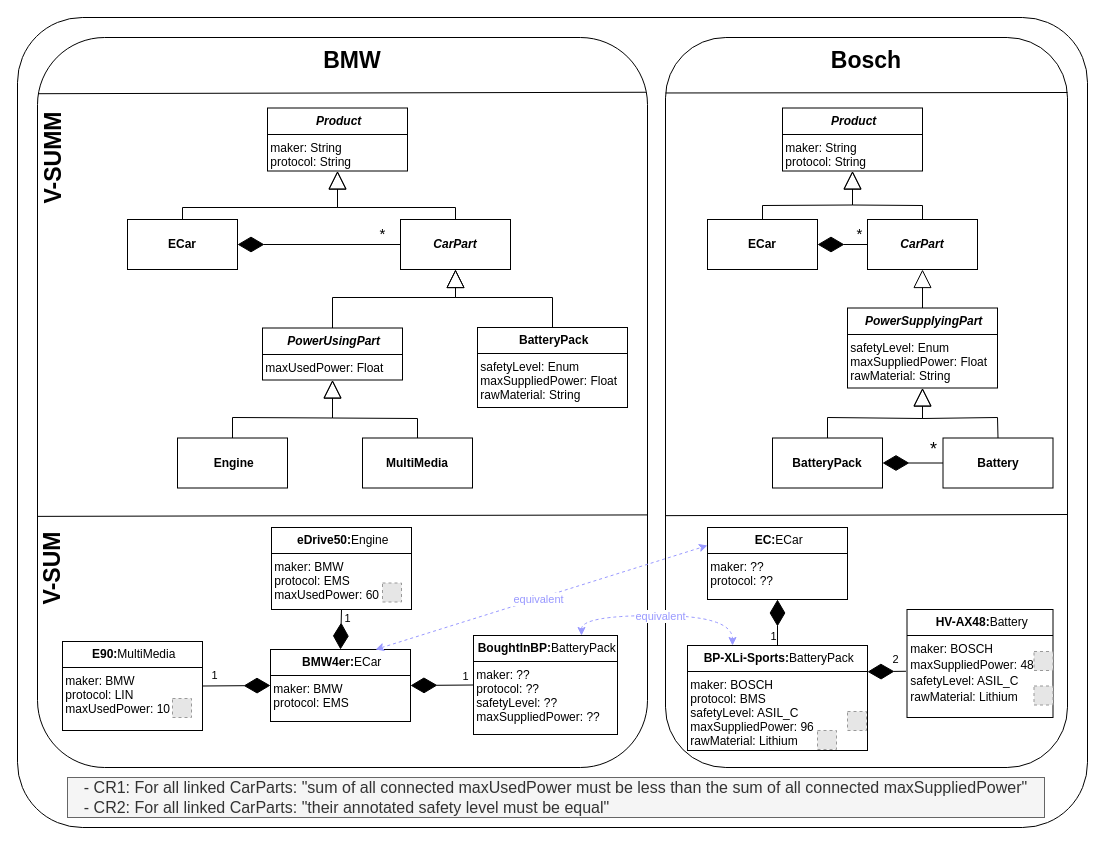
The draw.io diagram B01-MVE-Poster.drawio in Mohammad-Si/convide-B01-MVE, before the edit. Source tidied: cells renumbered, new cells numbered last; positions are measured from the earlier drawing's top-left corner, leaving out a move shared by most shapes. Both pictures are drawn from the tidied source at 100%, with x=0, y=0 at pixel (17, 17). Pictures stored in the file or linked from it are replaced by grey dashed boxes.
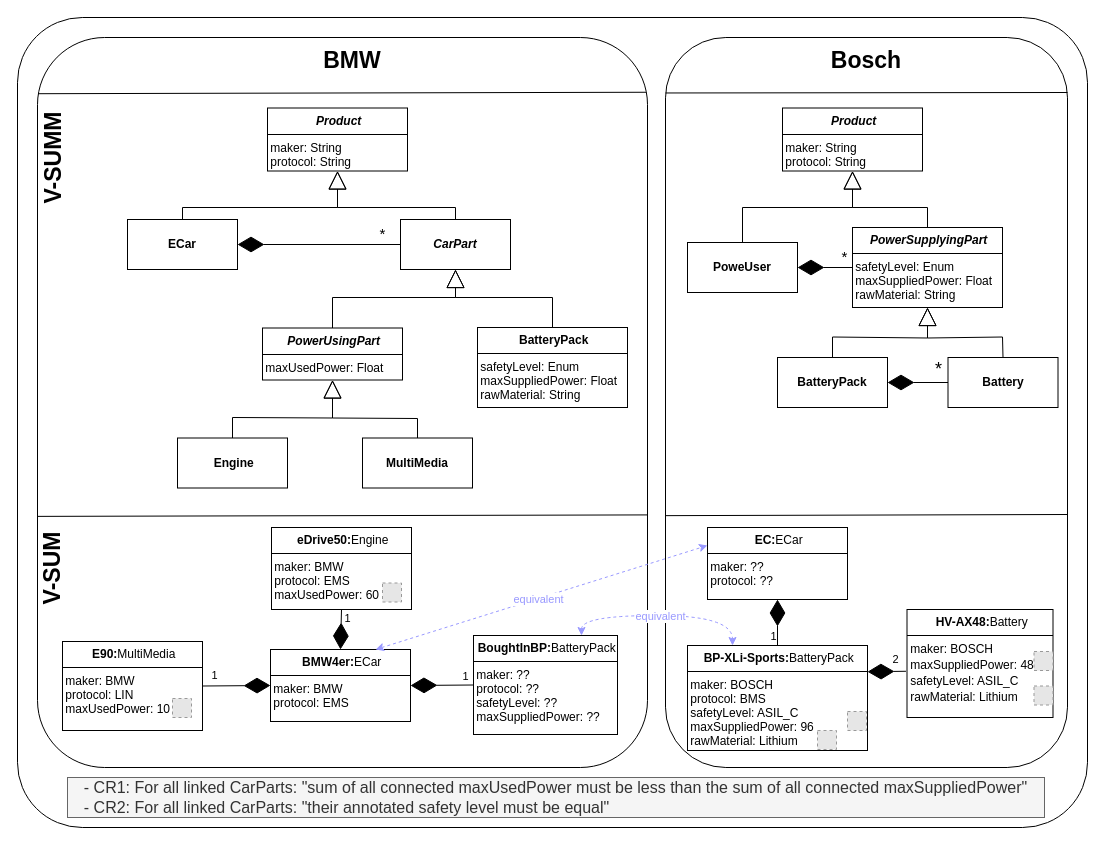
After the change.

Unchanged cells that the change refers to:
```xml
<mxCell id="37" value="&lt;p style=&quot;margin:0px;margin-top:4px;text-align:center;&quot;&gt;&lt;/p&gt;&lt;div style=&quot;height:2px;&quot;&gt;&lt;/div&gt;&lt;span style=&quot;font-weight: 700;&quot;&gt;&lt;div style=&quot;text-align: center;&quot;&gt;&lt;span style=&quot;background-color: initial;&quot;&gt;&amp;nbsp;&lt;i&gt;Product&lt;/i&gt;&lt;/span&gt;&lt;/div&gt;&lt;/span&gt;&lt;hr size=&quot;1&quot; style=&quot;border-style:solid;&quot;&gt;&lt;div style=&quot;height:2px;&quot;&gt;&lt;div style=&quot;height: 2px;&quot;&gt;&amp;nbsp;&lt;span style=&quot;background-color: initial;&quot;&gt;maker: String&lt;/span&gt;&lt;/div&gt;&lt;div style=&quot;height: 2px;&quot;&gt;&lt;div style=&quot;height: 2px;&quot;&gt;&lt;br&gt;&lt;/div&gt;&lt;div style=&quot;height: 2px;&quot;&gt;&lt;br&gt;&lt;/div&gt;&lt;div style=&quot;height: 2px;&quot;&gt;&lt;br&gt;&lt;/div&gt;&lt;div style=&quot;height: 2px;&quot;&gt;&lt;br&gt;&lt;/div&gt;&lt;div style=&quot;height: 2px;&quot;&gt;&lt;br&gt;&lt;/div&gt;&lt;div style=&quot;height: 2px;&quot;&gt;&lt;br&gt;&lt;/div&gt;&lt;div style=&quot;height: 2px;&quot;&gt;&amp;nbsp;protocol: String&lt;/div&gt;&lt;/div&gt;&lt;div style=&quot;height: 2px;&quot;&gt;&lt;br&gt;&lt;/div&gt;&lt;div style=&quot;height: 2px;&quot;&gt;&lt;br&gt;&lt;/div&gt;&lt;div style=&quot;height: 2px;&quot;&gt;&lt;br&gt;&lt;/div&gt;&lt;div style=&quot;height: 2px;&quot;&gt;&lt;br&gt;&lt;/div&gt;&lt;div style=&quot;height: 2px;&quot;&gt;&lt;br&gt;&lt;/div&gt;&lt;div style=&quot;height: 2px;&quot;&gt;&lt;br&gt;&lt;/div&gt;&lt;div style=&quot;height: 2px;&quot;&gt;&lt;br&gt;&lt;/div&gt;&lt;div style=&quot;height: 2px;&quot;&gt;&lt;br&gt;&lt;/div&gt;&lt;div style=&quot;height: 2px;&quot;&gt;&lt;br&gt;&lt;/div&gt;&lt;div style=&quot;height: 2px;&quot;&gt;&lt;br&gt;&lt;/div&gt;&lt;div style=&quot;height: 2px;&quot;&gt;&lt;br&gt;&lt;/div&gt;&lt;/div&gt;" style="verticalAlign=top;align=left;overflow=fill;html=1;whiteSpace=wrap;" parent="1" vertex="1">
  <mxGeometry x="765" y="90.5" width="140" height="63" as="geometry" />
</mxCell>
```

Diff of the diagram source:
```diff
@@
     <mxCell id="19" value="&lt;p style=&quot;margin:0px;margin-top:4px;text-align:center;&quot;&gt;&lt;/p&gt;&lt;div style=&quot;height:2px;&quot;&gt;&lt;/div&gt;&lt;span style=&quot;font-weight: 700;&quot;&gt;&lt;div style=&quot;text-align: center;&quot;&gt;&lt;span style=&quot;background-color: initial;&quot;&gt;&amp;nbsp;&lt;i&gt;PowerSupplyingPart&lt;/i&gt;&lt;/span&gt;&lt;/div&gt;&lt;/span&gt;&lt;hr size=&quot;1&quot; style=&quot;border-style:solid;&quot;&gt;&lt;div style=&quot;height:2px;&quot;&gt;&lt;div style=&quot;height: 2px;&quot;&gt;&lt;div style=&quot;height: 2px;&quot;&gt;&amp;nbsp;safetyLevel: Enum&lt;/div&gt;&lt;div style=&quot;height: 2px;&quot;&gt;&lt;br&gt;&lt;/div&gt;&lt;div style=&quot;height: 2px;&quot;&gt;&lt;br&gt;&lt;/div&gt;&lt;div style=&quot;height: 2px;&quot;&gt;&lt;br&gt;&lt;/div&gt;&lt;div style=&quot;height: 2px;&quot;&gt;&lt;br&gt;&lt;/div&gt;&lt;div style=&quot;height: 2px;&quot;&gt;&lt;br&gt;&lt;/div&gt;&lt;div style=&quot;height: 2px;&quot;&gt;&lt;br&gt;&lt;/div&gt;&lt;div style=&quot;height: 2px;&quot;&gt;&amp;nbsp;maxSuppliedPower: Float&lt;/div&gt;&lt;div style=&quot;height: 2px;&quot;&gt;&lt;br&gt;&lt;/div&gt;&lt;div style=&quot;height: 2px;&quot;&gt;&lt;br&gt;&lt;/div&gt;&lt;div style=&quot;height: 2px;&quot;&gt;&lt;br&gt;&lt;/div&gt;&lt;div style=&quot;height: 2px;&quot;&gt;&lt;br&gt;&lt;/div&gt;&lt;div style=&quot;height: 2px;&quot;&gt;&lt;br&gt;&lt;/div&gt;&lt;div style=&quot;height: 2px;&quot;&gt;&lt;br&gt;&lt;/div&gt;&lt;div style=&quot;height: 2px;&quot;&gt;&amp;nbsp;rawMaterial: String&lt;/div&gt;&lt;/div&gt;&lt;/div&gt;" style="verticalAlign=top;align=left;overflow=fill;html=1;whiteSpace=wrap;" parent="1" vertex="1">
-      <mxGeometry x="830" y="290.5" width="150" height="80" as="geometry" />
+      <mxGeometry x="835" y="210" width="150" height="80" as="geometry" />
     </mxCell>
@@
     <mxCell id="22" style="endArrow=block;endSize=16;endFill=0;html=1;rounded=0;entryX=0.5;entryY=1;entryDx=0;entryDy=0;exitX=0.5;exitY=0;exitDx=0;exitDy=0;" parent="1" edge="1" source="31" target="19">
       <mxGeometry relative="1" as="geometry">
         <Array as="points">
-          <mxPoint x="810" y="400" />
-          <mxPoint x="905" y="401" />
+          <mxPoint x="815" y="319.5" />
+          <mxPoint x="910" y="320.5" />
         </Array>
       </mxGeometry>
     </mxCell>
     <mxCell id="23" style="endArrow=block;endSize=16;endFill=0;html=1;rounded=0;entryX=0.5;entryY=1;entryDx=0;entryDy=0;exitX=0.5;exitY=0;exitDx=0;exitDy=0;" parent="1" edge="1" source="30" target="19">
       <mxGeometry relative="1" as="geometry">
         <Array as="points">
-          <mxPoint x="980" y="400" />
-          <mxPoint x="905" y="401" />
+          <mxPoint x="985" y="319.5" />
+          <mxPoint x="910" y="320.5" />
         </Array>
       </mxGeometry>
     </mxCell>
@@
     <mxCell id="30" value="&lt;span style=&quot;font-weight: 700; background-color: initial;&quot;&gt;Battery&lt;/span&gt;" style="html=1;whiteSpace=wrap;" parent="1" vertex="1">
-      <mxGeometry x="925.5" y="420.5" width="110" height="50" as="geometry" />
+      <mxGeometry x="930.5" y="340" width="110" height="50" as="geometry" />
     </mxCell>
     <mxCell id="31" value="&lt;span style=&quot;font-weight: 700; background-color: initial;&quot;&gt;BatteryPack&lt;/span&gt;" style="html=1;whiteSpace=wrap;" parent="1" vertex="1">
-      <mxGeometry x="755" y="420.5" width="110" height="50" as="geometry" />
+      <mxGeometry x="760" y="340" width="110" height="50" as="geometry" />
     </mxCell>
@@
-    <mxCell id="35" value="&lt;b&gt;&lt;i&gt;CarPart&lt;/i&gt;&lt;/b&gt;" style="html=1;whiteSpace=wrap;" parent="1" vertex="1">
-      <mxGeometry x="850" y="202" width="110" height="50" as="geometry" />
-    </mxCell>
-    <mxCell id="36" value="&lt;b&gt;ECar&lt;/b&gt;" style="html=1;whiteSpace=wrap;" parent="1" vertex="1">
-      <mxGeometry x="690" y="202" width="110" height="50" as="geometry" />
+    <mxCell id="36" value="&lt;b&gt;PoweUser&lt;/b&gt;" style="html=1;whiteSpace=wrap;" parent="1" vertex="1">
+      <mxGeometry x="670" y="225" width="110" height="50" as="geometry" />
     </mxCell>
@@
     <mxCell id="38" style="endArrow=block;endSize=16;endFill=0;html=1;rounded=0;entryX=0.5;entryY=1;entryDx=0;entryDy=0;exitX=0.5;exitY=0;exitDx=0;exitDy=0;" parent="1" edge="1" source="36" target="37">
       <mxGeometry relative="1" as="geometry">
         <Array as="points">
-          <mxPoint x="745" y="188" />
-          <mxPoint x="835" y="187.5" />
+          <mxPoint x="725" y="190" />
+          <mxPoint x="835" y="190" />
         </Array>
       </mxGeometry>
     </mxCell>
-    <mxCell id="39" style="endArrow=block;endSize=16;endFill=0;html=1;rounded=0;exitX=0.5;exitY=0;exitDx=0;exitDy=0;entryX=0.5;entryY=1;entryDx=0;entryDy=0;" parent="1" edge="1" source="35" target="37">
+    <mxCell id="39" style="endArrow=block;endSize=16;endFill=0;html=1;rounded=0;exitX=0.5;exitY=0;exitDx=0;exitDy=0;entryX=0.5;entryY=1;entryDx=0;entryDy=0;" parent="1" edge="1" source="19" target="37">
       <mxGeometry relative="1" as="geometry">
         <Array as="points">
-          <mxPoint x="905" y="188" />
-          <mxPoint x="835" y="187.5" />
+          <mxPoint x="910" y="190" />
+          <mxPoint x="835" y="190" />
         </Array>
       </mxGeometry>
     </mxCell>
-    <mxCell id="40" style="endArrow=diamondThin;endFill=1;endSize=24;html=1;rounded=0;entryX=1;entryY=0.5;entryDx=0;entryDy=0;exitX=0;exitY=0.5;exitDx=0;exitDy=0;" parent="1" edge="1" source="35" target="36">
+    <mxCell id="40" style="endArrow=diamondThin;endFill=1;endSize=24;html=1;rounded=0;entryX=1;entryY=0.5;entryDx=0;entryDy=0;exitX=0;exitY=0.5;exitDx=0;exitDy=0;" parent="1" edge="1" source="19" target="36">
       <mxGeometry relative="1" as="geometry" />
     </mxCell>
@@
-    <mxCell id="42" style="endArrow=block;endSize=16;endFill=0;html=1;rounded=0;entryX=0.5;entryY=1;entryDx=0;entryDy=0;exitX=0.5;exitY=0;exitDx=0;exitDy=0;" parent="1" edge="1" source="19" target="35">
-      <mxGeometry relative="1" as="geometry" />
-    </mxCell>
```
